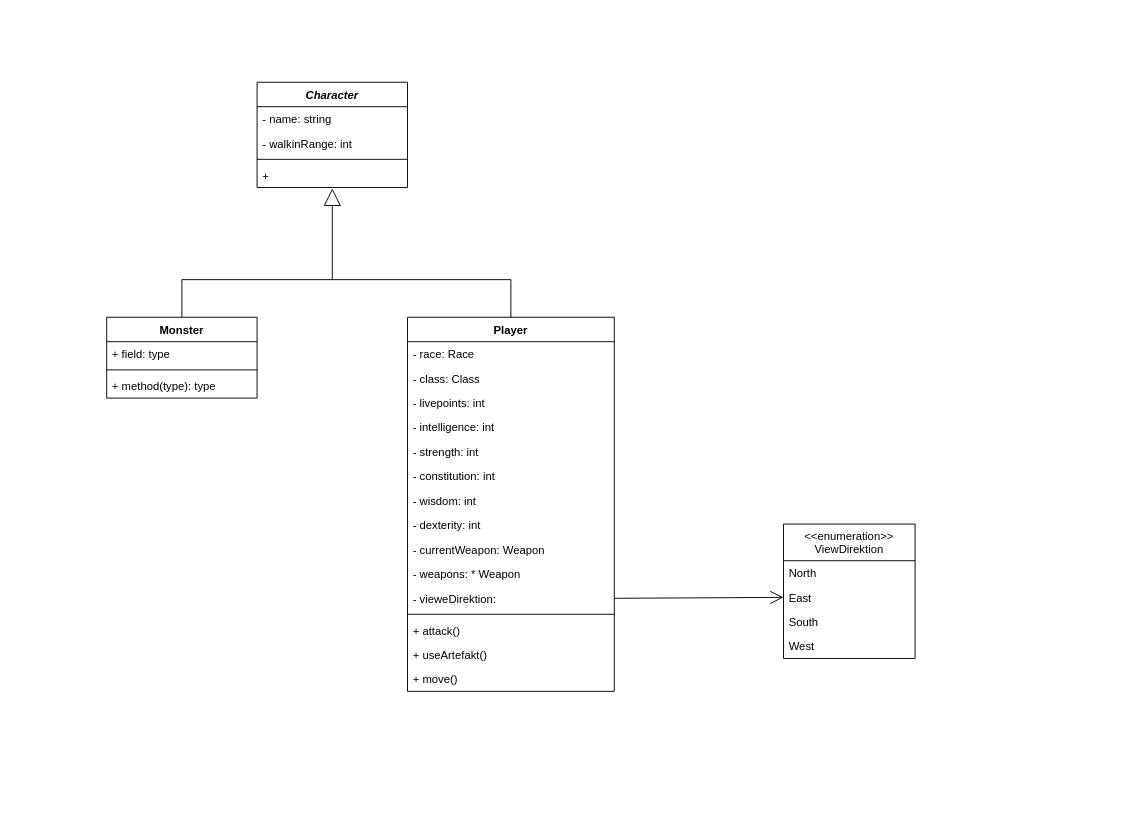
Before: Klassendiagramme/Charakter/Charakter.drawio in andreasmauel/HenPaSa_AnWla, a draw.io diagram. Source tidied: cells renumbered, new cells numbered last; positions are measured from the earlier drawing's top-left corner, leaving out a move shared by most shapes. Both pictures are drawn from the tidied source at 94%, with x=0, y=0 at pixel (106, 82).
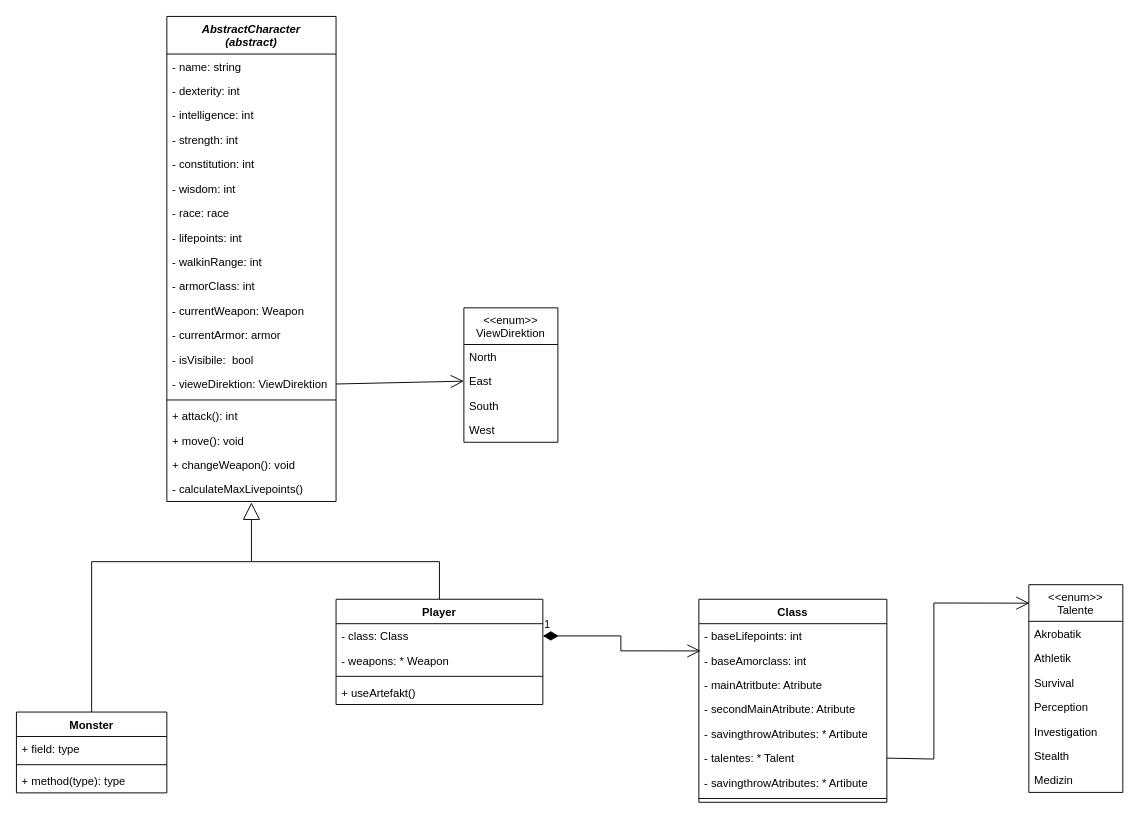
Above is the later version.

The edit, as a diff of the source:
```diff
@@
-    <mxCell id="2" value="Character" style="swimlane;fontStyle=3;align=center;verticalAlign=top;horizontal=1;startSize=26;" parent="1" vertex="1">
-      <mxGeometry x="160" width="160" height="112" as="geometry" />
+    <mxCell id="2" value="AbstractCharacter&#10;(abstract)" style="swimlane;fontStyle=3;align=center;verticalAlign=top;horizontal=1;startSize=40;" parent="1" vertex="1">
+      <mxGeometry x="64" y="-70" width="180" height="516" as="geometry" />
     </mxCell>
     <mxCell id="3" value="- name: string " style="text;strokeColor=none;fillColor=none;align=left;verticalAlign=top;spacingLeft=4;spacingRight=4;overflow=hidden;" parent="2" vertex="1">
-      <mxGeometry y="26" width="160" height="26" as="geometry" />
+      <mxGeometry y="40" width="180" height="26" as="geometry" />
     </mxCell>
+    <mxCell id="19" value="- dexterity: int" style="text;strokeColor=none;fillColor=none;align=left;verticalAlign=top;spacingLeft=4;spacingRight=4;overflow=hidden;" parent="2" vertex="1">
+      <mxGeometry y="66" width="180" height="26" as="geometry" />
+    </mxCell>
+    <mxCell id="15" value="- intelligence: int" style="text;strokeColor=none;fillColor=none;align=left;verticalAlign=top;spacingLeft=4;spacingRight=4;overflow=hidden;" parent="2" vertex="1">
+      <mxGeometry y="92" width="180" height="26" as="geometry" />
+    </mxCell>
+    <mxCell id="16" value="- strength: int" style="text;strokeColor=none;fillColor=none;align=left;verticalAlign=top;spacingLeft=4;spacingRight=4;overflow=hidden;" parent="2" vertex="1">
+      <mxGeometry y="118" width="180" height="26" as="geometry" />
+    </mxCell>
+    <mxCell id="17" value="- constitution: int" style="text;strokeColor=none;fillColor=none;align=left;verticalAlign=top;spacingLeft=4;spacingRight=4;overflow=hidden;" parent="2" vertex="1">
+      <mxGeometry y="144" width="180" height="26" as="geometry" />
+    </mxCell>
+    <mxCell id="18" value="- wisdom: int" style="text;strokeColor=none;fillColor=none;align=left;verticalAlign=top;spacingLeft=4;spacingRight=4;overflow=hidden;" parent="2" vertex="1">
+      <mxGeometry y="170" width="180" height="26" as="geometry" />
+    </mxCell>
+    <mxCell id="35" value="- race: race " style="text;strokeColor=none;fillColor=none;align=left;verticalAlign=top;spacingLeft=4;spacingRight=4;overflow=hidden;" parent="2" vertex="1">
+      <mxGeometry y="196" width="180" height="26" as="geometry" />
+    </mxCell>
+    <mxCell id="36" value="- lifepoints: int" style="text;strokeColor=none;fillColor=none;align=left;verticalAlign=top;spacingLeft=4;spacingRight=4;overflow=hidden;" parent="2" vertex="1">
+      <mxGeometry y="222" width="180" height="26" as="geometry" />
+    </mxCell>
     <mxCell id="4" value="- walkinRange: int" style="text;strokeColor=none;fillColor=none;align=left;verticalAlign=top;spacingLeft=4;spacingRight=4;overflow=hidden;" parent="2" vertex="1">
-      <mxGeometry y="52" width="160" height="26" as="geometry" />
+      <mxGeometry y="248" width="180" height="26" as="geometry" />
     </mxCell>
+    <mxCell id="37" value="- armorClass: int" style="text;strokeColor=none;fillColor=none;align=left;verticalAlign=top;spacingLeft=4;spacingRight=4;overflow=hidden;" parent="2" vertex="1">
+      <mxGeometry y="274" width="180" height="26" as="geometry" />
+    </mxCell>
+    <mxCell id="20" value="- currentWeapon: Weapon" style="text;strokeColor=none;fillColor=none;align=left;verticalAlign=top;spacingLeft=4;spacingRight=4;overflow=hidden;" parent="2" vertex="1">
+      <mxGeometry y="300" width="180" height="26" as="geometry" />
+    </mxCell>
+    <mxCell id="38" value="- currentArmor: armor" style="text;strokeColor=none;fillColor=none;align=left;verticalAlign=top;spacingLeft=4;spacingRight=4;overflow=hidden;" parent="2" vertex="1">
+      <mxGeometry y="326" width="180" height="26" as="geometry" />
+    </mxCell>
+    <mxCell id="39" value="- isVisibile:  bool" style="text;strokeColor=none;fillColor=none;align=left;verticalAlign=top;spacingLeft=4;spacingRight=4;overflow=hidden;" parent="2" vertex="1">
+      <mxGeometry y="352" width="180" height="26" as="geometry" />
+    </mxCell>
+    <mxCell id="40" value="- vieweDirektion: ViewDirektion" style="text;strokeColor=none;fillColor=none;align=left;verticalAlign=top;spacingLeft=4;spacingRight=4;overflow=hidden;points=[[0,0.5],[1,0.5]];portConstraint=eastwest;" parent="2" vertex="1">
+      <mxGeometry y="378" width="180" height="26" as="geometry" />
+    </mxCell>
     <mxCell id="5" style="line;strokeWidth=1;fillColor=none;align=left;verticalAlign=middle;spacingTop=-1;spacingLeft=3;spacingRight=3;labelPosition=right;" parent="2" vertex="1">
-      <mxGeometry y="78" width="160" height="8" as="geometry" />
+      <mxGeometry y="404" width="180" height="8" as="geometry" />
     </mxCell>
+    <mxCell id="41" value="+ attack(): int" style="text;strokeColor=none;fillColor=none;align=left;verticalAlign=top;spacingLeft=4;spacingRight=4;overflow=hidden;" parent="2" vertex="1">
+      <mxGeometry y="412" width="180" height="26" as="geometry" />
+    </mxCell>
+    <mxCell id="42" value="+ move(): void" style="text;strokeColor=none;fillColor=none;align=left;verticalAlign=top;spacingLeft=4;spacingRight=4;overflow=hidden;" parent="2" vertex="1">
+      <mxGeometry y="438" width="180" height="26" as="geometry" />
+    </mxCell>
+    <mxCell id="43" value="+ changeWeapon(): void" style="text;strokeColor=none;fillColor=none;align=left;verticalAlign=top;spacingLeft=4;spacingRight=4;overflow=hidden;" parent="2" vertex="1">
+      <mxGeometry y="464" width="180" height="26" as="geometry" />
+    </mxCell>
-    <mxCell id="6" value="+ " style="text;strokeColor=none;fillColor=none;align=left;verticalAlign=top;spacingLeft=4;spacingRight=4;overflow=hidden;points=[[0,0.5],[1,0.5]];portConstraint=eastwest;" parent="2" vertex="1">
-      <mxGeometry y="86" width="160" height="26" as="geometry" />
+    <mxCell id="6" value="- calculateMaxLivepoints()" style="text;strokeColor=none;fillColor=none;align=left;verticalAlign=top;spacingLeft=4;spacingRight=4;overflow=hidden;points=[[0,0.5],[1,0.5]];portConstraint=eastwest;" parent="2" vertex="1">
+      <mxGeometry y="490" width="180" height="26" as="geometry" />
     </mxCell>
     <mxCell id="7" value="Monster" style="swimlane;fontStyle=1;align=center;verticalAlign=top;horizontal=1;startSize=26;" parent="1" vertex="1">
-      <mxGeometry y="250" width="160" height="86" as="geometry" />
+      <mxGeometry x="-96" y="670" width="160" height="86" as="geometry" />
     </mxCell>
@@
     <mxCell id="11" value="Player" style="swimlane;fontStyle=1;align=center;verticalAlign=top;horizontal=1;startSize=26;" parent="1" vertex="1">
-      <mxGeometry x="320" y="250" width="220" height="398" as="geometry" />
+      <mxGeometry x="244" y="550" width="220" height="112" as="geometry" />
     </mxCell>
-    <mxCell id="12" value="- race: Race" style="text;strokeColor=none;fillColor=none;align=left;verticalAlign=top;spacingLeft=4;spacingRight=4;overflow=hidden;" parent="11" vertex="1">
-      <mxGeometry y="26" width="220" height="26" as="geometry" />
-    </mxCell>
     <mxCell id="13" value="- class: Class" style="text;strokeColor=none;fillColor=none;align=left;verticalAlign=top;spacingLeft=4;spacingRight=4;overflow=hidden;points=[[0,0.5],[1,0.5]];portConstraint=eastwest;" parent="11" vertex="1">
-      <mxGeometry y="52" width="220" height="26" as="geometry" />
+      <mxGeometry y="26" width="220" height="26" as="geometry" />
     </mxCell>
-    <mxCell id="14" value="- livepoints: int" style="text;strokeColor=none;fillColor=none;align=left;verticalAlign=top;spacingLeft=4;spacingRight=4;overflow=hidden;" parent="11" vertex="1">
-      <mxGeometry y="78" width="220" height="26" as="geometry" />
-    </mxCell>
-    <mxCell id="15" value="- intelligence: int" style="text;strokeColor=none;fillColor=none;align=left;verticalAlign=top;spacingLeft=4;spacingRight=4;overflow=hidden;" parent="11" vertex="1">
-      <mxGeometry y="104" width="220" height="26" as="geometry" />
-    </mxCell>
-    <mxCell id="16" value="- strength: int" style="text;strokeColor=none;fillColor=none;align=left;verticalAlign=top;spacingLeft=4;spacingRight=4;overflow=hidden;" parent="11" vertex="1">
-      <mxGeometry y="130" width="220" height="26" as="geometry" />
-    </mxCell>
-    <mxCell id="17" value="- constitution: int" style="text;strokeColor=none;fillColor=none;align=left;verticalAlign=top;spacingLeft=4;spacingRight=4;overflow=hidden;" parent="11" vertex="1">
-      <mxGeometry y="156" width="220" height="26" as="geometry" />
-    </mxCell>
-    <mxCell id="18" value="- wisdom: int" style="text;strokeColor=none;fillColor=none;align=left;verticalAlign=top;spacingLeft=4;spacingRight=4;overflow=hidden;" parent="11" vertex="1">
-      <mxGeometry y="182" width="220" height="26" as="geometry" />
-    </mxCell>
-    <mxCell id="19" value="- dexterity: int" style="text;strokeColor=none;fillColor=none;align=left;verticalAlign=top;spacingLeft=4;spacingRight=4;overflow=hidden;" parent="11" vertex="1">
-      <mxGeometry y="208" width="220" height="26" as="geometry" />
-    </mxCell>
-    <mxCell id="20" value="- currentWeapon: Weapon" style="text;strokeColor=none;fillColor=none;align=left;verticalAlign=top;spacingLeft=4;spacingRight=4;overflow=hidden;" parent="11" vertex="1">
-      <mxGeometry y="234" width="220" height="26" as="geometry" />
-    </mxCell>
     <mxCell id="21" value="- weapons: * Weapon" style="text;strokeColor=none;fillColor=none;align=left;verticalAlign=top;spacingLeft=4;spacingRight=4;overflow=hidden;" parent="11" vertex="1">
-      <mxGeometry y="260" width="220" height="26" as="geometry" />
+      <mxGeometry y="52" width="220" height="26" as="geometry" />
     </mxCell>
-    <mxCell id="22" value="- vieweDirektion: " style="text;strokeColor=none;fillColor=none;align=left;verticalAlign=top;spacingLeft=4;spacingRight=4;overflow=hidden;points=[[0,0.5],[1,0.5]];portConstraint=eastwest;" parent="11" vertex="1">
-      <mxGeometry y="286" width="220" height="26" as="geometry" />
-    </mxCell>
     <mxCell id="23" style="line;strokeWidth=1;fillColor=none;align=left;verticalAlign=middle;spacingTop=-1;spacingLeft=3;spacingRight=3;labelPosition=right;" parent="11" vertex="1">
-      <mxGeometry y="312" width="220" height="8" as="geometry" />
+      <mxGeometry y="78" width="220" height="8" as="geometry" />
     </mxCell>
-    <mxCell id="24" value="+ attack()" style="text;strokeColor=none;fillColor=none;align=left;verticalAlign=top;spacingLeft=4;spacingRight=4;overflow=hidden;" parent="11" vertex="1">
-      <mxGeometry y="320" width="220" height="26" as="geometry" />
-    </mxCell>
     <mxCell id="25" value="+ useArtefakt()" style="text;strokeColor=none;fillColor=none;align=left;verticalAlign=top;spacingLeft=4;spacingRight=4;overflow=hidden;" parent="11" vertex="1">
-      <mxGeometry y="346" width="220" height="26" as="geometry" />
+      <mxGeometry y="86" width="220" height="26" as="geometry" />
     </mxCell>
-    <mxCell id="26" value="+ move()" style="text;strokeColor=none;fillColor=none;align=left;verticalAlign=top;spacingLeft=4;spacingRight=4;overflow=hidden;" parent="11" vertex="1">
-      <mxGeometry y="372" width="220" height="26" as="geometry" />
-    </mxCell>
     <mxCell id="27" style="endArrow=block;endSize=16;endFill=0;html=1;rounded=0;exitX=0.5;exitY=0;exitDx=0;exitDy=0;entryX=0.5;entryY=1.038;entryDx=0;entryDy=0;entryPerimeter=0;" parent="1" edge="1" source="11" target="6">
       <mxGeometry relative="1" as="geometry">
         <Array as="points">
-          <mxPoint x="430" y="210" />
-          <mxPoint x="240" y="210" />
+          <mxPoint x="354" y="510" />
+          <mxPoint x="154" y="510" />
         </Array>
       </mxGeometry>
     </mxCell>
     <mxCell id="28" style="endArrow=none;html=1;rounded=0;exitX=0.5;exitY=0;exitDx=0;exitDy=0;" parent="1" edge="1" source="7">
       <mxGeometry relative="1" as="geometry">
-        <mxPoint x="240" y="210" as="targetPoint" />
+        <mxPoint x="154" y="510" as="targetPoint" />
         <Array as="points">
-          <mxPoint x="80" y="210" />
+          <mxPoint x="-16" y="510" />
         </Array>
       </mxGeometry>
     </mxCell>
-    <mxCell id="29" value="&lt;&lt;enumeration&gt;&gt;&#10;ViewDirektion" style="swimlane;fontStyle=0;horizontal=1;startSize=39;fillColor=none;" parent="1" vertex="1">
-      <mxGeometry x="720" y="470" width="140" height="143" as="geometry" />
+    <mxCell id="29" value="&lt;&lt;enum&gt;&gt;&#10;ViewDirektion" style="swimlane;fontStyle=0;horizontal=1;startSize=39;fillColor=none;" parent="1" vertex="1">
+      <mxGeometry x="380" y="240" width="100" height="143" as="geometry" />
     </mxCell>
     <mxCell id="30" value="North" style="text;strokeColor=none;fillColor=none;align=left;verticalAlign=top;spacingLeft=4;spacingRight=4;overflow=hidden;" parent="29" vertex="1">
-      <mxGeometry y="39" width="140" height="26" as="geometry" />
+      <mxGeometry y="39" width="100" height="26" as="geometry" />
     </mxCell>
     <mxCell id="31" value="East" style="text;strokeColor=none;fillColor=none;align=left;verticalAlign=top;spacingLeft=4;spacingRight=4;overflow=hidden;points=[[0,0.5],[1,0.5]];portConstraint=eastwest;" parent="29" vertex="1">
-      <mxGeometry y="65" width="140" height="26" as="geometry" />
+      <mxGeometry y="65" width="100" height="26" as="geometry" />
     </mxCell>
     <mxCell id="32" value="South" style="text;strokeColor=none;fillColor=none;align=left;verticalAlign=top;spacingLeft=4;spacingRight=4;overflow=hidden;" parent="29" vertex="1">
-      <mxGeometry y="91" width="140" height="26" as="geometry" />
+      <mxGeometry y="91" width="100" height="26" as="geometry" />
     </mxCell>
     <mxCell id="33" value="West" style="text;strokeColor=none;fillColor=none;align=left;verticalAlign=top;spacingLeft=4;spacingRight=4;overflow=hidden;" parent="29" vertex="1">
-      <mxGeometry y="117" width="140" height="26" as="geometry" />
+      <mxGeometry y="117" width="100" height="26" as="geometry" />
     </mxCell>
-    <mxCell id="34" style="endArrow=open;endFill=1;endSize=12;html=1;rounded=0;entryX=0;entryY=0.5;entryDx=0;entryDy=0;exitX=1;exitY=0.5;exitDx=0;exitDy=0;" parent="1" edge="1" source="22" target="31">
+    <mxCell id="34" style="endArrow=open;endFill=1;endSize=12;html=1;rounded=0;entryX=0;entryY=0.5;entryDx=0;entryDy=0;exitX=1;exitY=0.5;exitDx=0;exitDy=0;" parent="1" edge="1" source="40" target="31">
       <mxGeometry relative="1" as="geometry" />
     </mxCell>
+    <mxCell id="44" value="Class" style="swimlane;fontStyle=1;align=center;verticalAlign=top;horizontal=1;startSize=26;" parent="1" vertex="1">
+      <mxGeometry x="630" y="550" width="200" height="216" as="geometry" />
+    </mxCell>
+    <mxCell id="45" value="- baseLifepoints: int" style="text;strokeColor=none;fillColor=none;align=left;verticalAlign=top;spacingLeft=4;spacingRight=4;overflow=hidden;" parent="44" vertex="1">
+      <mxGeometry y="26" width="200" height="26" as="geometry" />
+    </mxCell>
+    <mxCell id="46" value="- baseAmorclass: int" style="text;strokeColor=none;fillColor=none;align=left;verticalAlign=top;spacingLeft=4;spacingRight=4;overflow=hidden;points=[[0,0.5],[1,0.5]];portConstraint=eastwest;" parent="44" vertex="1">
+      <mxGeometry y="52" width="200" height="26" as="geometry" />
+    </mxCell>
+    <mxCell id="47" value="- mainAtritbute: Atribute" style="text;strokeColor=none;fillColor=none;align=left;verticalAlign=top;spacingLeft=4;spacingRight=4;overflow=hidden;" parent="44" vertex="1">
+      <mxGeometry y="78" width="200" height="26" as="geometry" />
+    </mxCell>
+    <mxCell id="48" value="- secondMainAtribute: Atribute" style="text;strokeColor=none;fillColor=none;align=left;verticalAlign=top;spacingLeft=4;spacingRight=4;overflow=hidden;" parent="44" vertex="1">
+      <mxGeometry y="104" width="200" height="26" as="geometry" />
+    </mxCell>
+    <mxCell id="49" value="- savingthrowAtributes: * Artibute" style="text;strokeColor=none;fillColor=none;align=left;verticalAlign=top;spacingLeft=4;spacingRight=4;overflow=hidden;" parent="44" vertex="1">
+      <mxGeometry y="130" width="200" height="26" as="geometry" />
+    </mxCell>
+    <mxCell id="50" value="- talentes: * Talent" style="text;strokeColor=none;fillColor=none;align=left;verticalAlign=top;spacingLeft=4;spacingRight=4;overflow=hidden;points=[[0,0.5],[1,0.5]];portConstraint=eastwest;" parent="44" vertex="1">
+      <mxGeometry y="156" width="200" height="26" as="geometry" />
+    </mxCell>
+    <mxCell id="51" value="- savingthrowAtributes: * Artibute" style="text;strokeColor=none;fillColor=none;align=left;verticalAlign=top;spacingLeft=4;spacingRight=4;overflow=hidden;" parent="44" vertex="1">
+      <mxGeometry y="182" width="200" height="26" as="geometry" />
+    </mxCell>
+    <mxCell id="52" style="line;strokeWidth=1;fillColor=none;align=left;verticalAlign=middle;spacingTop=-1;spacingLeft=3;spacingRight=3;labelPosition=right;" parent="44" vertex="1">
+      <mxGeometry y="208" width="200" height="8" as="geometry" />
+    </mxCell>
+    <mxCell id="53" value="1" style="endArrow=open;html=1;endSize=12;startArrow=diamondThin;startSize=14;startFill=1;edgeStyle=orthogonalEdgeStyle;align=left;verticalAlign=bottom;rounded=0;exitX=1;exitY=0.5;exitDx=0;exitDy=0;entryX=0.009;entryY=0.113;entryDx=0;entryDy=0;entryPerimeter=0;" parent="1" edge="1" source="13" target="46">
+      <mxGeometry x="-1" y="3" relative="1" as="geometry" />
+    </mxCell>
+    <mxCell id="54" value="&lt;&lt;enum&gt;&gt;&#10;Talente" style="swimlane;fontStyle=0;horizontal=1;startSize=39;fillColor=none;" parent="1" vertex="1">
+      <mxGeometry x="981" y="534.5" width="100" height="221" as="geometry" />
+    </mxCell>
+    <mxCell id="55" value="Akrobatik" style="text;strokeColor=none;fillColor=none;align=left;verticalAlign=top;spacingLeft=4;spacingRight=4;overflow=hidden;" parent="54" vertex="1">
+      <mxGeometry y="39" width="100" height="26" as="geometry" />
+    </mxCell>
+    <mxCell id="56" value="Athletik" style="text;strokeColor=none;fillColor=none;align=left;verticalAlign=top;spacingLeft=4;spacingRight=4;overflow=hidden;" parent="54" vertex="1">
+      <mxGeometry y="65" width="100" height="26" as="geometry" />
+    </mxCell>
+    <mxCell id="57" value="Survival" style="text;strokeColor=none;fillColor=none;align=left;verticalAlign=top;spacingLeft=4;spacingRight=4;overflow=hidden;" parent="54" vertex="1">
+      <mxGeometry y="91" width="100" height="26" as="geometry" />
+    </mxCell>
+    <mxCell id="58" value="Perception" style="text;strokeColor=none;fillColor=none;align=left;verticalAlign=top;spacingLeft=4;spacingRight=4;overflow=hidden;" parent="54" vertex="1">
+      <mxGeometry y="117" width="100" height="26" as="geometry" />
+    </mxCell>
+    <mxCell id="59" value="Investigation" style="text;strokeColor=none;fillColor=none;align=left;verticalAlign=top;spacingLeft=4;spacingRight=4;overflow=hidden;" parent="54" vertex="1">
+      <mxGeometry y="143" width="100" height="26" as="geometry" />
+    </mxCell>
+    <mxCell id="60" value="Stealth" style="text;strokeColor=none;fillColor=none;align=left;verticalAlign=top;spacingLeft=4;spacingRight=4;overflow=hidden;" parent="54" vertex="1">
+      <mxGeometry y="169" width="100" height="26" as="geometry" />
+    </mxCell>
+    <mxCell id="61" value="Medizin" style="text;strokeColor=none;fillColor=none;align=left;verticalAlign=top;spacingLeft=4;spacingRight=4;overflow=hidden;" parent="54" vertex="1">
+      <mxGeometry y="195" width="100" height="26" as="geometry" />
+    </mxCell>
+    <mxCell id="62" style="endArrow=open;endFill=1;endSize=12;html=1;rounded=0;exitX=1;exitY=0.5;exitDx=0;exitDy=0;entryX=0.007;entryY=0.089;entryDx=0;entryDy=0;entryPerimeter=0;" parent="1" edge="1" source="50" target="54">
+      <mxGeometry relative="1" as="geometry">
+        <Array as="points">
+          <mxPoint x="880" y="720" />
+          <mxPoint x="880" y="554" />
+        </Array>
+      </mxGeometry>
+    </mxCell>
```
